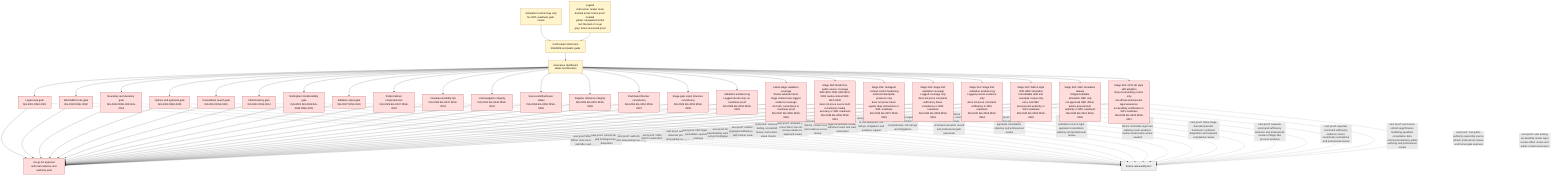
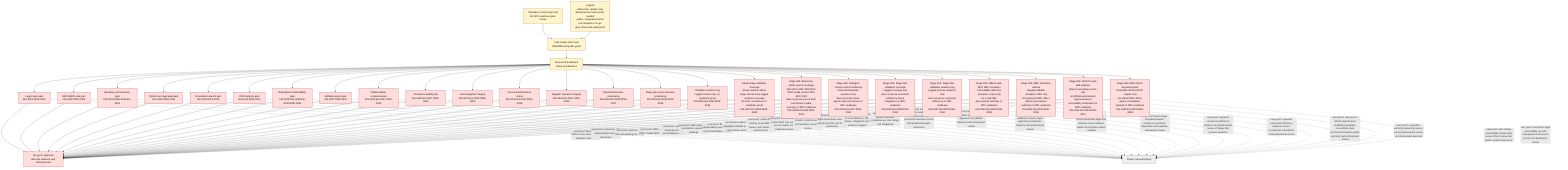
flowchart TD
    Caption["Simulation control map only<br/>No WPL readiness gate closes"]
    Legend["Legend<br/>solid arrow: reader route<br/>dashed arrow: future proof needed<br/>yellow: navigation/control<br/>red: blocked or no-go<br/>grey: future real-world proof"]
    Caption --> Start
    Legend --> Start
    Start["Cold reader starts here<br/>README and public guide"] --> Dash["Assurance dashboard<br/>status and blockers"]
    Dash --> Legal["Legal route gate<br/>ISS-0001 RISK-0001"]
    Dash --> WECA["WECA/MCA role gate<br/>ISS-0002 RISK-0002"]
    Dash --> Spatial["Boundary and inventory gate<br/>ISS-0003 RISK-0004 EG-0014"]
    Dash --> Appraisal["Options and appraisal gate<br/>ISS-0004 RISK-0005"]
    Dash --> Consult["Consultation launch gate<br/>ISS-0012 RISK-0015"]
    Dash --> FBC["FBC/statutory gate<br/>ISS-0011 RISK-0014"]
    Dash --> Nottingham["Nottingham transferability gate<br/>ISS-0005 ISS-0028 EG-0046 RISK-0031"]
    Dash --> Authoring["Editable output gate<br/>ISS-0027 RISK-0030"]
    Dash --> Comprehension["Public/cabinet comprehension<br/>ISS-0029 EG-0047 RISK-0032"]
    Dash --> VisualQA["Visual/accessibility QA<br/>ISS-0030 EG-0047 RISK-0033"]
    Dash --> NavigationQA["Link/navigation integrity<br/>ISS-0031 EG-0049 RISK-0034"]
    Dash --> SourceFreshness["Source-link/freshness status<br/>ISS-0032 EG-0050 RISK-0035"]
    Dash --> RegisterIntegrity["Register reference integrity<br/>ISS-0033 EG-0051 RISK-0036"]
    Dash --> DashboardConsistency["Dashboard blocker consistency<br/>ISS-0034 EG-0052 RISK-0037"]
    Dash --> GateReportQA["Stage-gate report structure consistency<br/>ISS-0035 EG-0053 RISK-0038"]
    Dash --> ValidationEvidence["Validation evidence log<br/>Logged checks only; no readiness proof<br/>ISS-0036 EG-0054 RISK-0039"]
    Dash --> ValidationCoverage["Latest-stage validation coverage<br/>Shows whether latest-stage checks have logged evidence coverage<br/>No truth, currentness or readiness proof<br/>ISS-0037 EG-0055 RISK-0040"]
    Dash --> BristolPublicSources["Stage 28A: Bristol live public-source coverage<br/>SRC-BCC-0001 SRC-BCC-0002 media context SRC-BCC-0020<br/>does not prove source truth currentness media accuracy or WPL readiness<br/>ISS-0038 EG-0056 RISK-0041"]
    Dash --> SubagentContextControl["Stage 29A: Subagent context-control hardening<br/>Instruction/template presence only<br/>does not prove future agents obey instructions or WPL readiness<br/>ISS-0039 EG-0057 RISK-0042"]
    Dash --> Stage29ValidationCoverage["Stage 30A: Stage 29A validation coverage<br/>Lagged coverage only<br/>does not prove command sufficiency future compliance or WPL readiness<br/>ISS-0040 EG-0058 RISK-0043"]
    Dash --> Stage30ValidationLog["Stage 31A: Stage 30A validation evidence log<br/>Logged process evidence only<br/>does not prove command sufficiency or WPL readiness<br/>ISS-0041 EG-0059 RISK-0044"]
    Dash --> Stage32AObcSimulation["Stage 32A: WECA-style WPL OBC simulation<br/>Full editable draft and exemplar corpus only<br/>not a real OBC procurement authority or WPL readiness<br/>ISS-0042 EG-0060 RISK-0045"]
    Dash --> Stage33AObcRelease["Stage 33A: OBC simulation release<br/>Shipped editable simulation OBC only<br/>not approved OBC officer advice procurement authority or WPL readiness<br/>ISS-0043 EG-0061 RISK-0046"]
    Dash --> Stage34AGovukStyle["Stage 34A: GOV.UK style skill adoption<br/>Repo-local writing control only<br/>not official endorsement legal assurance accessibility certification or WPL readiness<br/>ISS-0044 EG-0062 RISK-0047"]
+     Dash --> Stage35AObcDocxPack["Stage 35A: OBC DOCX document pack<br/>Shareable Word and ZIP outputs only<br/>not official OBC officer advice consultation material or WPL readiness<br/>ISS-0045 EG-0063 RISK-0048"]

    Legal --> NoGo["No-go for approval<br/>until real evidence and authority exist"]
    WECA --> NoGo
    Spatial --> NoGo
    Appraisal --> NoGo
    Consult --> NoGo
    FBC --> NoGo
    Nottingham --> NoGo
    Authoring --> NoGo
    Comprehension --> NoGo
    VisualQA --> NoGo
    NavigationQA --> NoGo
    SourceFreshness --> NoGo
    RegisterIntegrity --> NoGo
    DashboardConsistency --> NoGo
    GateReportQA --> NoGo
    ValidationEvidence --> NoGo
    ValidationCoverage --> NoGo
    BristolPublicSources --> NoGo
    SubagentContextControl --> NoGo
    Stage29ValidationCoverage --> NoGo
    Stage30ValidationLog --> NoGo
    Stage32AObcSimulation --> NoGo
    Stage33AObcRelease --> NoGo
    Stage34AGovukStyle --> NoGo
+     Stage35AObcDocxPack --> NoGo

    Legal -. "next proof: Monitoring Officer route and statutory submitter evidence" .-> Proof["Future real-world proof"]
    WECA -. "next proof: current-law role and funding/consent disposition" .-> Proof
    Spatial -. "next proof: authoritative GIS and parking inventory" .-> Proof
    Appraisal -. "next proof: OAR ASR ASST models BCR VFM" .-> Proof
    Consult -. "next proof: authority materials privacy accessibility analysis" .-> Proof
    FBC -. "next proof: FBC legal S151 consultation operations package" .-> Proof
    Nottingham -. "next proof: Bristol transferability evidence and current Nottingham refresh" .-> Proof
    Authoring -. "next proof: evidence-populated editable packs with human review" .-> Proof
    Comprehension -. "next proof: cold-reader testing, accessibility review, and rendered-visual checks" .-> Proof
    VisualQA -. "next proof: rendered visual, colour-blind, low-vision, screen-reader and keyboard review" .-> Proof
    NavigationQA -. "next proof: external-link checks, content review, and evidence accuracy review" .-> Proof
    SourceFreshness -. "next proof: content diff, legal-currentness review, refreshed notes and claim summaries" .-> Proof
    RegisterIntegrity -. "next proof: human review of row substance, risk ratings, mitigations and evidence support" .-> Proof
    DashboardConsistency -. "next proof: full register review of blocker completeness, risk ratings and mitigations" .-> Proof
    GateReportQA -. "next proof: evidence substance review, source currentness review, command execution record and professional gate assurance" .-> Proof
    ValidationEvidence -. "next proof: separate evidence source legal appraisal consultation statutory and professional review" .-> Proof
    ValidationCoverage -. "next proof: command sufficiency evidence substance source legal appraisal consultation statutory and professional review" .-> Proof
    BristolPublicSources -. "next proof: refreshed source content primary Bristol committee legal and statutory-route evidence media corroboration where needed" .-> Proof
    SubagentContextControl -. "next proof: future-stage bounded packets handovers synthesis disposition and separate substantive review" .-> Proof
    Stage29ValidationCoverage -. "next proof: separate command sufficiency evidence and professional review of Stage 29A process evidence" .-> Proof
    Stage30ValidationLog -. "next proof: separate command sufficiency evidence source currentness substantive and professional review" .-> Proof
    Stage32AObcSimulation -. "next proof: real source refresh legal finance modelling equalities consultation data commercial statutory public-authority and professional review" .-> Proof
    Stage33AObcRelease -. "next proof: real public-authority ownership source refresh professional review and formal gate approval" .-> Proof
    Stage34AGovukStyle -. "next proof: user testing accessibility review legal review officer review and public-content assurance" .-> Proof
+     Stage35AObcDocxPack -. "next proof: real officer legal accessibility records-management document-control and distribution review" .-> Proof

    classDef start fill:#ddf4ff,stroke:#005f99,color:#111111;
    classDef blocked fill:#ffdddd,stroke:#990000,color:#111111;
    classDef guide fill:#fff4cc,stroke:#996600,color:#111111;
    classDef future fill:#eeeeee,stroke:#555555,color:#111111;

    class Start,Dash,Caption,Legend guide;
-     class Legal,WECA,Spatial,Appraisal,Consult,FBC,Nottingham,Authoring,Comprehension,VisualQA,NavigationQA,SourceFreshness,RegisterIntegrity,DashboardConsistency,GateReportQA,ValidationEvidence,ValidationCoverage,BristolPublicSources,SubagentContextControl,Stage29ValidationCoverage,Stage30ValidationLog,Stage32AObcSimulation,Stage33AObcRelease,Stage34AGovukStyle,NoGo blocked;
+     class Legal,WECA,Spatial,Appraisal,Consult,FBC,Nottingham,Authoring,Comprehension,VisualQA,NavigationQA,SourceFreshness,RegisterIntegrity,DashboardConsistency,GateReportQA,ValidationEvidence,ValidationCoverage,BristolPublicSources,SubagentContextControl,Stage29ValidationCoverage,Stage30ValidationLog,Stage32AObcSimulation,Stage33AObcRelease,Stage34AGovukStyle,Stage35AObcDocxPack,NoGo blocked;
    class Proof future;
